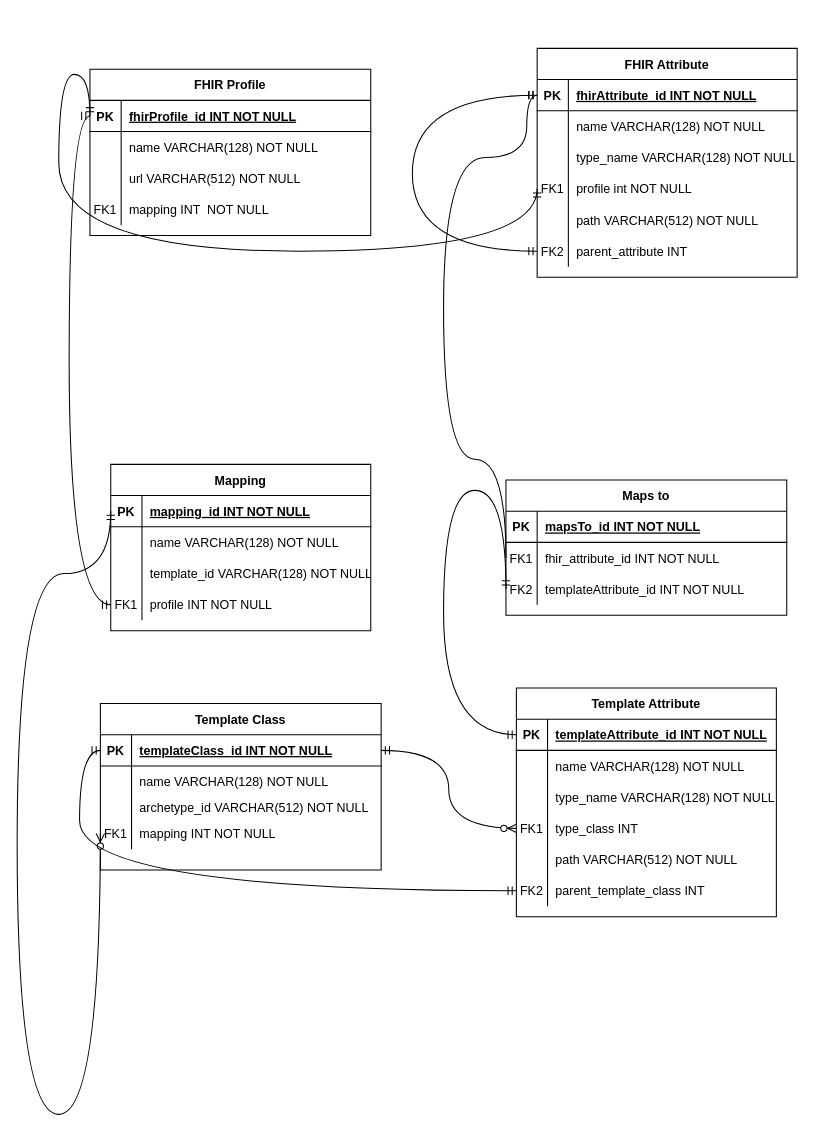
Before: ERMasterarbeit.drawio in jsachau/drawio, a draw.io diagram. Source tidied: cells renumbered, new cells numbered last; positions are measured from the earlier drawing's top-left corner, leaving out a move shared by most shapes. Both pictures are drawn from the tidied source at 104%, with x=0, y=0 at pixel (17, 48).
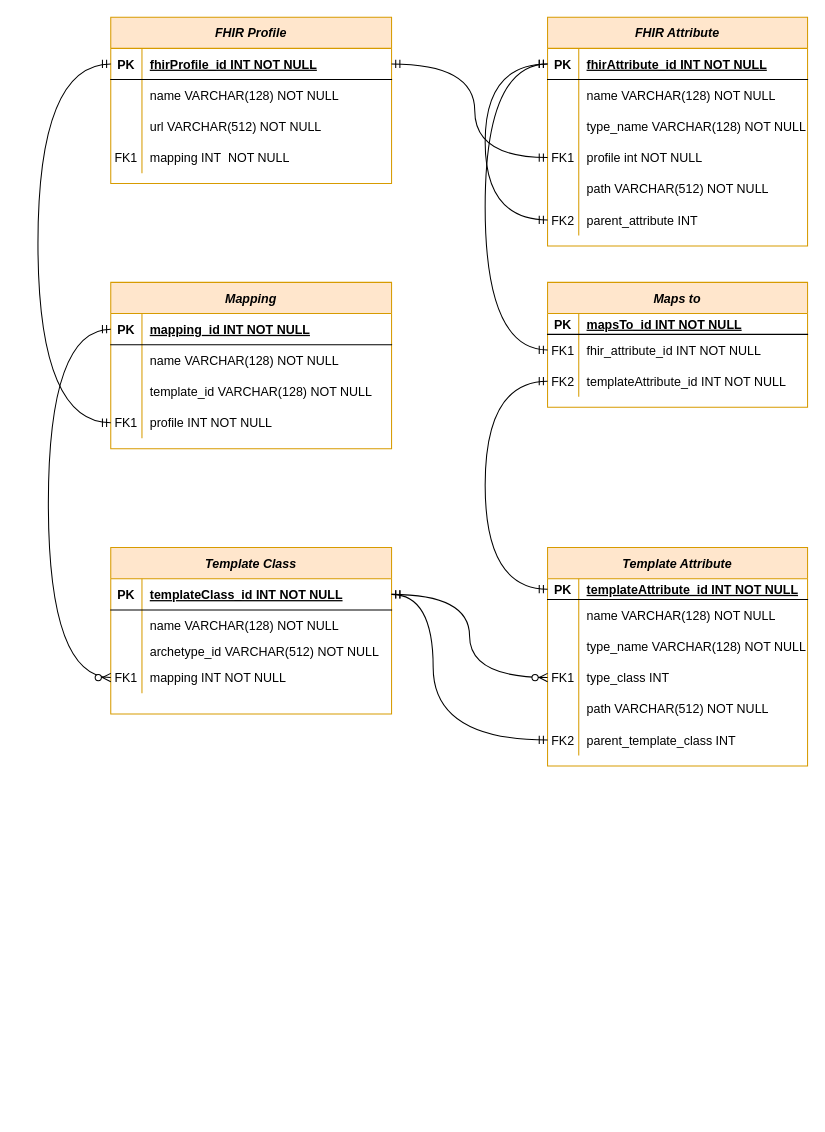
After the change.

Unchanged cells that the change refers to:
```xml
<mxCell id="3" style="shape=partialRectangle;fillColor=none;points=[[0,0.5],[1,0.5]];portConstraint=eastwest;top=0;left=0;right=0;bottom=1;" parent="2" vertex="1">
  <mxGeometry y="30" width="270" height="30" as="geometry" />
</mxCell>
<mxCell id="12" style="shape=partialRectangle;fillColor=none;points=[[0,0.5],[1,0.5]];portConstraint=eastwest;top=0;left=0;right=0;bottom=0;" parent="2" vertex="1">
  <mxGeometry y="110" width="270" height="30" as="geometry" />
</mxCell>
<mxCell id="48" style="shape=partialRectangle;fillColor=none;points=[[0,0.5],[1,0.5]];portConstraint=eastwest;top=0;left=0;right=0;bottom=1;" parent="47" vertex="1">
  <mxGeometry y="30" width="270" height="30" as="geometry" />
</mxCell>
<mxCell id="51" style="shape=partialRectangle;fillColor=none;top=0;left=0;right=0;bottom=0;" parent="47" vertex="1">
  <mxGeometry y="60" width="270" height="30" as="geometry" />
</mxCell>
<mxCell id="61" style="shape=partialRectangle;fillColor=none;points=[[0,0.5],[1,0.5]];portConstraint=eastwest;top=0;left=0;right=0;bottom=1;" parent="60" vertex="1">
  <mxGeometry y="30" width="250" height="30" as="geometry" />
</mxCell>
<mxCell id="70" style="shape=partialRectangle;fillColor=none;points=[[0,0.5],[1,0.5]];portConstraint=eastwest;top=0;left=0;right=0;bottom=0;" parent="60" vertex="1">
  <mxGeometry y="120" width="250" height="30" as="geometry" />
</mxCell>
<mxCell id="77" style="shape=partialRectangle;fillColor=none;points=[[0,0.5],[1,0.5]];portConstraint=eastwest;top=0;left=0;right=0;bottom=0;" parent="60" vertex="1">
  <mxGeometry y="180" width="250" height="30" as="geometry" />
</mxCell>
```

What changed in the source:
```diff
@@
-    <mxCell id="2" value="Template Class" style="shape=table;startSize=30;childLayout=tableLayout;rowLines=0;fontStyle=1;align=center;" parent="1" vertex="1">
-      <mxGeometry x="80" y="630" width="270" height="160" as="geometry" />
+    <mxCell id="2" value="Template Class" style="shape=table;startSize=30;childLayout=tableLayout;rowLines=0;fontStyle=3;align=center;fillColor=#ffe6cc;strokeColor=#d79b00;" parent="1" vertex="1">
+      <mxGeometry x="90" y="480" width="270" height="160" as="geometry" />
     </mxCell>
@@
-    <mxCell id="15" value="Template Attribute" style="shape=table;startSize=30;childLayout=tableLayout;rowLines=0;fontStyle=1;align=center;" parent="1" vertex="1">
-      <mxGeometry x="480" y="615" width="250" height="220" as="geometry" />
+    <mxCell id="15" value="Template Attribute" style="shape=table;startSize=30;childLayout=tableLayout;rowLines=0;fontStyle=3;align=center;fillColor=#ffe6cc;strokeColor=#d79b00;" parent="1" vertex="1">
+      <mxGeometry x="510" y="480" width="250" height="210" as="geometry" />
     </mxCell>
     <mxCell id="16" style="shape=partialRectangle;fillColor=none;points=[[0,0.5],[1,0.5]];portConstraint=eastwest;top=0;left=0;right=0;bottom=1;" parent="15" vertex="1">
-      <mxGeometry y="30" width="250" height="30" as="geometry" />
+      <mxGeometry y="30" width="250" height="20" as="geometry" />
     </mxCell>
     <mxCell id="17" value="PK" style="shape=partialRectangle;overflow=hidden;fillColor=none;top=0;left=0;bottom=0;right=0;fontStyle=1;" parent="16" vertex="1">
-      <mxGeometry width="30" height="30" as="geometry" />
+      <mxGeometry width="30" height="20" as="geometry" />
     </mxCell>
     <mxCell id="18" value="templateAttribute_id INT NOT NULL " style="shape=partialRectangle;overflow=hidden;fillColor=none;top=0;left=0;bottom=0;right=0;align=left;spacingLeft=6;fontStyle=5;" parent="16" vertex="1">
-      <mxGeometry x="30" width="220" height="30" as="geometry" />
+      <mxGeometry x="30" width="220" height="20" as="geometry" />
     </mxCell>
     <mxCell id="19" style="shape=partialRectangle;fillColor=none;top=0;left=0;right=0;bottom=0;" parent="15" vertex="1">
-      <mxGeometry y="60" width="250" height="30" as="geometry" />
+      <mxGeometry y="50" width="250" height="30" as="geometry" />
     </mxCell>
@@
     <mxCell id="22" style="shape=partialRectangle;fillColor=none;top=0;left=0;right=0;bottom=0;" parent="15" vertex="1">
-      <mxGeometry y="90" width="250" height="30" as="geometry" />
+      <mxGeometry y="80" width="250" height="30" as="geometry" />
     </mxCell>
@@
     <mxCell id="25" style="shape=partialRectangle;fillColor=none;points=[[0,0.5],[1,0.5]];portConstraint=eastwest;top=0;left=0;right=0;bottom=0;" parent="15" vertex="1">
-      <mxGeometry y="120" width="250" height="30" as="geometry" />
+      <mxGeometry y="110" width="250" height="30" as="geometry" />
     </mxCell>
@@
     <mxCell id="28" style="shape=partialRectangle;fillColor=none;top=0;left=0;right=0;bottom=0;" parent="15" vertex="1">
-      <mxGeometry y="150" width="250" height="30" as="geometry" />
+      <mxGeometry y="140" width="250" height="30" as="geometry" />
     </mxCell>
@@
     <mxCell id="31" style="shape=partialRectangle;fillColor=none;points=[[0,0.5],[1,0.5]];portConstraint=eastwest;top=0;left=0;right=0;bottom=0;" parent="15" vertex="1">
-      <mxGeometry y="180" width="250" height="30" as="geometry" />
+      <mxGeometry y="170" width="250" height="30" as="geometry" />
     </mxCell>
@@
-    <mxCell id="34" value="Mapping" style="shape=table;startSize=30;childLayout=tableLayout;rowLines=0;fontStyle=1;align=center;" parent="1" vertex="1">
-      <mxGeometry x="90" y="400" width="250" height="160" as="geometry" />
+    <mxCell id="34" value="Mapping" style="shape=table;startSize=30;childLayout=tableLayout;rowLines=0;fontStyle=3;align=center;fillColor=#ffe6cc;strokeColor=#d79b00;" parent="1" vertex="1">
+      <mxGeometry x="90" y="225" width="270" height="160" as="geometry" />
     </mxCell>
     <mxCell id="35" style="shape=partialRectangle;fillColor=none;points=[[0,0.5],[1,0.5]];portConstraint=eastwest;top=0;left=0;right=0;bottom=1;" parent="34" vertex="1">
-      <mxGeometry y="30" width="250" height="30" as="geometry" />
+      <mxGeometry y="30" width="270" height="30" as="geometry" />
     </mxCell>
@@
     <mxCell id="37" value="mapping_id INT NOT NULL " style="shape=partialRectangle;overflow=hidden;fillColor=none;top=0;left=0;bottom=0;right=0;align=left;spacingLeft=6;fontStyle=5;" parent="35" vertex="1">
-      <mxGeometry x="30" width="220" height="30" as="geometry" />
+      <mxGeometry x="30" width="240" height="30" as="geometry" />
     </mxCell>
     <mxCell id="38" style="shape=partialRectangle;fillColor=none;top=0;left=0;right=0;bottom=0;" parent="34" vertex="1">
-      <mxGeometry y="60" width="250" height="30" as="geometry" />
+      <mxGeometry y="60" width="270" height="30" as="geometry" />
     </mxCell>
@@
     <mxCell id="40" value="name VARCHAR(128) NOT NULL" style="shape=partialRectangle;overflow=hidden;fillColor=none;top=0;left=0;bottom=0;right=0;align=left;spacingLeft=6;" parent="38" vertex="1">
-      <mxGeometry x="30" width="220" height="30" as="geometry" />
+      <mxGeometry x="30" width="240" height="30" as="geometry" />
     </mxCell>
     <mxCell id="41" style="shape=partialRectangle;fillColor=none;top=0;left=0;right=0;bottom=0;" parent="34" vertex="1">
-      <mxGeometry y="90" width="250" height="30" as="geometry" />
+      <mxGeometry y="90" width="270" height="30" as="geometry" />
     </mxCell>
@@
     <mxCell id="43" value="template_id VARCHAR(128) NOT NULL" style="shape=partialRectangle;overflow=hidden;fillColor=none;top=0;left=0;bottom=0;right=0;align=left;spacingLeft=6;" parent="41" vertex="1">
-      <mxGeometry x="30" width="220" height="30" as="geometry" />
+      <mxGeometry x="30" width="240" height="30" as="geometry" />
     </mxCell>
     <mxCell id="44" style="shape=partialRectangle;fillColor=none;points=[[0,0.5],[1,0.5]];portConstraint=eastwest;top=0;left=0;right=0;bottom=0;" parent="34" vertex="1">
-      <mxGeometry y="120" width="250" height="30" as="geometry" />
+      <mxGeometry y="120" width="270" height="30" as="geometry" />
     </mxCell>
@@
     <mxCell id="46" value="profile INT NOT NULL" style="shape=partialRectangle;overflow=hidden;fillColor=none;top=0;left=0;bottom=0;right=0;align=left;spacingLeft=6;" parent="44" vertex="1">
-      <mxGeometry x="30" width="220" height="30" as="geometry" />
+      <mxGeometry x="30" width="240" height="30" as="geometry" />
     </mxCell>
-    <mxCell id="47" value="FHIR Profile" style="shape=table;startSize=30;childLayout=tableLayout;rowLines=0;fontStyle=1;align=center;" parent="1" vertex="1">
-      <mxGeometry x="70" y="20" width="270" height="160" as="geometry" />
+    <mxCell id="47" value="FHIR Profile" style="shape=table;startSize=30;childLayout=tableLayout;rowLines=0;fontStyle=3;align=center;fillColor=#ffe6cc;strokeColor=#D79B00;" parent="1" vertex="1">
+      <mxGeometry x="90" y="-30" width="270" height="160" as="geometry" />
     </mxCell>
@@
-    <mxCell id="50" value="fhirProfile_id INT NOT NULL " style="shape=partialRectangle;overflow=hidden;fillColor=none;top=0;left=0;bottom=0;right=0;align=left;spacingLeft=6;fontStyle=5;" parent="48" vertex="1">
+    <mxCell id="50" value="fhirProfile_id INT NOT NULL " style="shape=partialRectangle;overflow=hidden;top=0;left=0;bottom=0;right=0;align=left;spacingLeft=6;fontStyle=5;strokeColor=#FFD966;fillColor=none;" parent="48" vertex="1">
       <mxGeometry x="30" width="240" height="30" as="geometry" />
     </mxCell>
@@
-    <mxCell id="53" value="name VARCHAR(128) NOT NULL" style="shape=partialRectangle;overflow=hidden;fillColor=none;top=0;left=0;bottom=0;right=0;align=left;spacingLeft=6;" parent="51" vertex="1">
+    <mxCell id="53" value="name VARCHAR(128) NOT NULL" style="shape=partialRectangle;overflow=hidden;fillColor=none;top=0;left=0;bottom=0;right=0;align=left;spacingLeft=6;strokeColor=#D79B00;" parent="51" vertex="1">
       <mxGeometry x="30" width="240" height="30" as="geometry" />
     </mxCell>
@@
-    <mxCell id="60" value="FHIR Attribute" style="shape=table;startSize=30;childLayout=tableLayout;rowLines=0;fontStyle=1;align=center;" parent="1" vertex="1">
-      <mxGeometry x="500" width="250" height="220" as="geometry" />
+    <mxCell id="60" value="FHIR Attribute" style="shape=table;startSize=30;childLayout=tableLayout;rowLines=0;fontStyle=3;align=center;fillColor=#ffe6cc;strokeColor=#d79b00;" parent="1" vertex="1">
+      <mxGeometry x="510" y="-30" width="250" height="220" as="geometry" />
     </mxCell>
@@
     <mxCell id="76" style="edgeStyle=orthogonalEdgeStyle;curved=1;rounded=0;jumpStyle=none;jettySize=auto;html=1;exitX=0;exitY=0.5;exitDx=0;exitDy=0;entryX=0;entryY=0.5;entryDx=0;entryDy=0;startArrow=ERmandOne;startFill=0;endArrow=ERmandOne;endFill=0;strokeColor=#000000;" parent="60" edge="1" source="77" target="61">
       <mxGeometry relative="1" as="geometry">
         <Array as="points">
-          <mxPoint x="-120" y="195" />
-          <mxPoint x="-120" y="45" />
+          <mxPoint x="-60" y="195" />
+          <mxPoint x="-60" y="45" />
         </Array>
       </mxGeometry>
     </mxCell>
@@
-    <mxCell id="80" value="Maps to" style="shape=table;startSize=30;childLayout=tableLayout;rowLines=0;fontStyle=1;align=center;" parent="1" vertex="1">
-      <mxGeometry x="470" y="415" width="270" height="130" as="geometry" />
+    <mxCell id="80" value="Maps to" style="shape=table;startSize=30;childLayout=tableLayout;rowLines=0;fontStyle=3;align=center;fillColor=#ffe6cc;strokeColor=#d79b00;" parent="1" vertex="1">
+      <mxGeometry x="510" y="225" width="250" height="120" as="geometry" />
     </mxCell>
     <mxCell id="81" style="shape=partialRectangle;fillColor=none;top=0;left=0;right=0;bottom=1;" parent="80" vertex="1">
-      <mxGeometry y="30" width="270" height="30" as="geometry" />
+      <mxGeometry y="30" width="250" height="20" as="geometry" />
     </mxCell>
     <mxCell id="82" value="PK" style="shape=partialRectangle;overflow=hidden;fillColor=none;top=0;left=0;bottom=0;right=0;fontStyle=1;" parent="81" vertex="1">
-      <mxGeometry width="30" height="30" as="geometry" />
+      <mxGeometry width="30" height="20" as="geometry" />
     </mxCell>
     <mxCell id="83" value="mapsTo_id INT NOT NULL " style="shape=partialRectangle;overflow=hidden;fillColor=none;top=0;left=0;bottom=0;right=0;align=left;spacingLeft=6;fontStyle=5;" parent="81" vertex="1">
-      <mxGeometry x="30" width="240" height="30" as="geometry" />
+      <mxGeometry x="30" width="220" height="20" as="geometry" />
     </mxCell>
     <mxCell id="84" style="shape=partialRectangle;fillColor=none;points=[[0,0.5],[1,0.5]];portConstraint=eastwest;top=0;left=0;right=0;bottom=0;" parent="80" vertex="1">
-      <mxGeometry y="60" width="270" height="30" as="geometry" />
+      <mxGeometry y="50" width="250" height="30" as="geometry" />
     </mxCell>
@@
     <mxCell id="86" value="fhir_attribute_id INT NOT NULL" style="shape=partialRectangle;overflow=hidden;fillColor=none;top=0;left=0;bottom=0;right=0;align=left;spacingLeft=6;" parent="84" vertex="1">
-      <mxGeometry x="30" width="240" height="30" as="geometry" />
+      <mxGeometry x="30" width="220" height="30" as="geometry" />
     </mxCell>
     <mxCell id="87" style="shape=partialRectangle;fillColor=none;points=[[0,0.5],[1,0.5]];portConstraint=eastwest;top=0;left=0;right=0;bottom=0;" parent="80" vertex="1">
-      <mxGeometry y="90" width="270" height="30" as="geometry" />
+      <mxGeometry y="80" width="250" height="30" as="geometry" />
     </mxCell>
@@
     <mxCell id="89" value="templateAttribute_id INT NOT NULL" style="shape=partialRectangle;overflow=hidden;fillColor=none;top=0;left=0;bottom=0;right=0;align=left;spacingLeft=6;" parent="87" vertex="1">
-      <mxGeometry x="30" width="240" height="30" as="geometry" />
+      <mxGeometry x="30" width="220" height="30" as="geometry" />
     </mxCell>
-    <mxCell id="90" style="edgeStyle=orthogonalEdgeStyle;curved=1;rounded=0;jumpStyle=none;jettySize=auto;html=1;exitX=0;exitY=0.5;exitDx=0;exitDy=0;entryX=0;entryY=0.5;entryDx=0;entryDy=0;startArrow=ERmandOne;startFill=0;endArrow=ERmandOne;endFill=0;strokeColor=#000000;" parent="1" edge="1" source="70" target="48">
+    <mxCell id="90" style="edgeStyle=orthogonalEdgeStyle;curved=1;rounded=0;jumpStyle=none;jettySize=auto;html=1;exitX=0;exitY=0.5;exitDx=0;exitDy=0;entryX=1;entryY=0.5;entryDx=0;entryDy=0;startArrow=ERmandOne;startFill=0;endArrow=ERmandOne;endFill=0;strokeColor=#000000;" parent="1" edge="1" source="70" target="48">
       <mxGeometry relative="1" as="geometry">
         <Array as="points">
-          <mxPoint x="40" y="195" />
-          <mxPoint x="40" y="25" />
+          <mxPoint x="440" y="105" />
+          <mxPoint x="440" y="15" />
         </Array>
       </mxGeometry>
     </mxCell>
-    <mxCell id="91" style="edgeStyle=orthogonalEdgeStyle;curved=1;rounded=0;jumpStyle=none;jettySize=auto;html=1;exitX=0;exitY=0.5;exitDx=0;exitDy=0;entryX=0;entryY=0.5;entryDx=0;entryDy=0;startArrow=none;startFill=0;endArrow=ERmandOne;endFill=0;strokeColor=#000000;" parent="1" edge="1" source="84" target="61">
+    <mxCell id="91" style="edgeStyle=orthogonalEdgeStyle;curved=1;rounded=0;jumpStyle=none;jettySize=auto;html=1;exitX=0;exitY=0.5;exitDx=0;exitDy=0;entryX=0;entryY=0.5;entryDx=0;entryDy=0;startArrow=ERmandOne;startFill=0;endArrow=ERmandOne;endFill=0;strokeColor=#000000;" parent="1" edge="1" source="84" target="61">
       <mxGeometry relative="1" as="geometry">
         <Array as="points">
-          <mxPoint x="470" y="395" />
-          <mxPoint x="410" y="395" />
-          <mxPoint x="410" y="105" />
-          <mxPoint x="490" y="105" />
+          <mxPoint x="450" y="290" />
+          <mxPoint x="450" y="15" />
         </Array>
       </mxGeometry>
     </mxCell>
     <mxCell id="92" style="edgeStyle=orthogonalEdgeStyle;curved=1;rounded=0;jumpStyle=none;jettySize=auto;html=1;exitX=0;exitY=0.5;exitDx=0;exitDy=0;entryX=0;entryY=0.5;entryDx=0;entryDy=0;startArrow=ERmandOne;startFill=0;endArrow=ERmandOne;endFill=0;strokeColor=#000000;" parent="1" edge="1" source="44" target="48">
-      <mxGeometry relative="1" as="geometry" />
+      <mxGeometry relative="1" as="geometry">
+        <Array as="points">
+          <mxPoint x="20" y="360" />
+          <mxPoint x="20" y="15" />
+        </Array>
+      </mxGeometry>
     </mxCell>
     <mxCell id="93" style="edgeStyle=orthogonalEdgeStyle;curved=1;rounded=0;jumpStyle=none;jettySize=auto;html=1;exitX=0;exitY=0.5;exitDx=0;exitDy=0;entryX=0;entryY=0.5;entryDx=0;entryDy=0;startArrow=ERmandOne;startFill=0;endArrow=ERmandOne;endFill=0;strokeColor=#000000;" parent="1" edge="1" source="16" target="87">
       <mxGeometry relative="1" as="geometry">
         <Array as="points">
-          <mxPoint x="410" y="660" />
-          <mxPoint x="410" y="425" />
+          <mxPoint x="450" y="520" />
+          <mxPoint x="450" y="320" />
         </Array>
       </mxGeometry>
     </mxCell>
@@
     <mxCell id="95" style="edgeStyle=orthogonalEdgeStyle;curved=1;rounded=0;jumpStyle=none;jettySize=auto;html=1;exitX=0;exitY=0.5;exitDx=0;exitDy=0;entryX=0;entryY=0.5;entryDx=0;entryDy=0;startArrow=ERzeroToMany;startFill=1;endArrow=ERmandOne;endFill=0;strokeColor=#000000;" parent="1" edge="1" source="12" target="35">
       <mxGeometry relative="1" as="geometry">
         <Array as="points">
-          <mxPoint y="1025" />
-          <mxPoint y="505" />
+          <mxPoint x="30" y="605" />
+          <mxPoint x="30" y="270" />
         </Array>
       </mxGeometry>
     </mxCell>
-    <mxCell id="96" style="edgeStyle=orthogonalEdgeStyle;curved=1;rounded=0;jumpStyle=none;jettySize=auto;html=1;exitX=0;exitY=0.5;exitDx=0;exitDy=0;entryX=0;entryY=0.5;entryDx=0;entryDy=0;startArrow=ERmandOne;startFill=0;endArrow=ERmandOne;endFill=0;strokeColor=#000000;" parent="1" edge="1" source="31" target="3">
-      <mxGeometry relative="1" as="geometry" />
+    <mxCell id="96" style="edgeStyle=orthogonalEdgeStyle;curved=1;rounded=0;jumpStyle=none;jettySize=auto;html=1;exitX=0;exitY=0.5;exitDx=0;exitDy=0;entryX=1;entryY=0.5;entryDx=0;entryDy=0;startArrow=ERmandOne;startFill=0;endArrow=ERmandOne;endFill=0;strokeColor=#000000;" parent="1" edge="1" source="31" target="3">
+      <mxGeometry relative="1" as="geometry">
+        <Array as="points">
+          <mxPoint x="400" y="665" />
+          <mxPoint x="400" y="525" />
+        </Array>
+      </mxGeometry>
     </mxCell>
```
